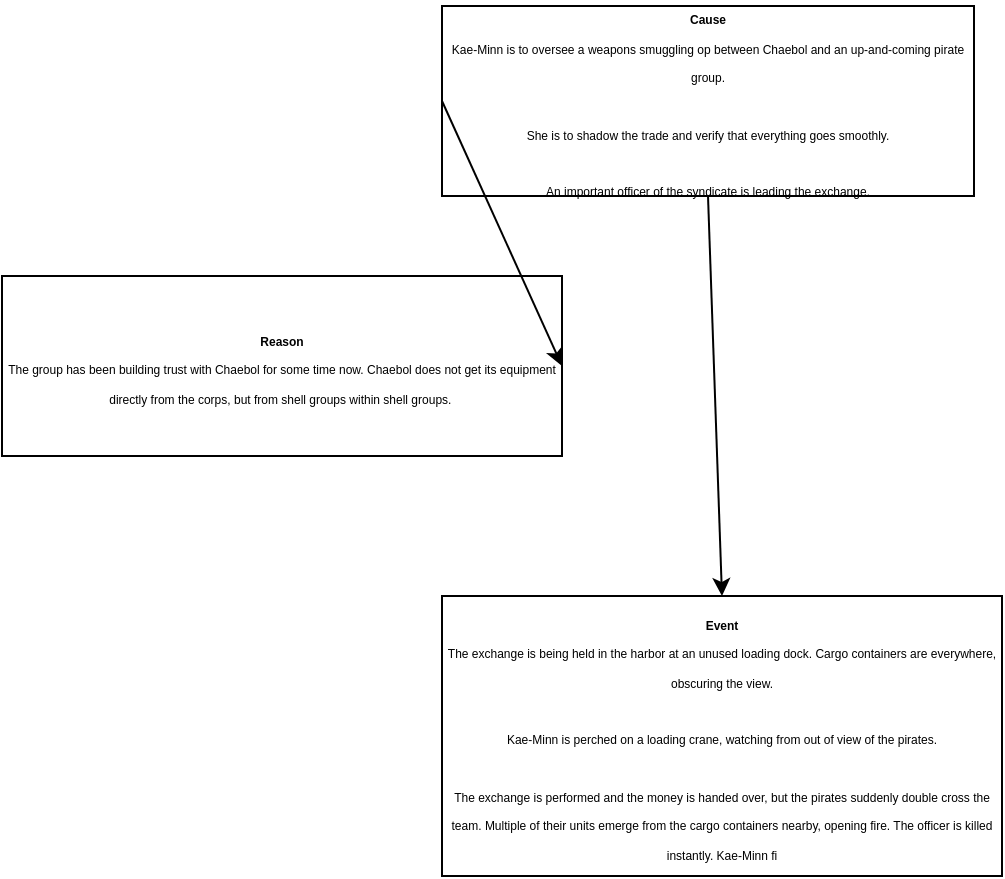
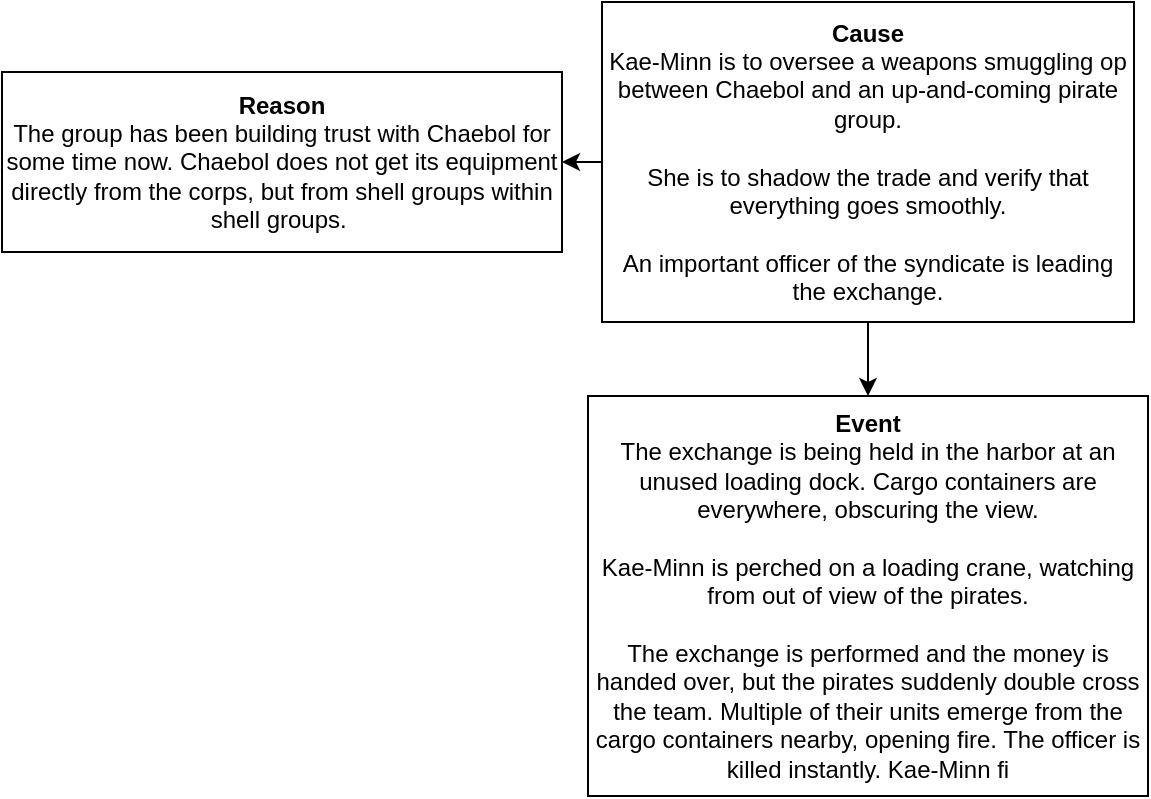
<mxfile host="app.diagrams.net" agent="5.0 (Macintosh; Intel Mac OS X 10_15_7) AppleWebKit/537.36 (KHTML, like Gecko) Chrome/109.0.0.0 Safari/537.36">
  <diagram name="Page-1" id="2YBvvXClWsGukQMizWep">
-     <mxGraphModel dx="687" dy="356" grid="1" gridSize="10" guides="1" tooltips="1" connect="1" arrows="1" fold="1" page="1" pageScale="1" pageWidth="850" pageHeight="1100" math="0" shadow="0">
+     <mxGraphModel dx="1084" dy="562" grid="1" gridSize="10" guides="1" tooltips="1" connect="1" arrows="1" fold="1" page="1" pageScale="1" pageWidth="2000" pageHeight="8000" math="0" shadow="0">
      <root>
        <mxCell id="0" />
        <mxCell id="1" parent="0" />
-         <mxCell id="WD_lBp7OyrhRz48vkECi-2" parent="1" style="text;html=1;whiteSpace=wrap;strokeColor=default;fillColor=default;align=center;verticalAlign=middle;rounded=0;imageAspect=1;autosize=1;fixedWidth=1;resizeHeight=1;labelPosition=center;verticalLabelPosition=middle;" value="&lt;div align=&quot;center&quot;&gt;&lt;font style=&quot;font-size: 6px;&quot;&gt;&lt;b style=&quot;background-color: light-dark(#ffffff, var(--ge-dark-color, #121212));&quot;&gt;Cause&lt;/b&gt;&lt;/font&gt;&lt;/div&gt;&lt;div align=&quot;center&quot;&gt;&lt;font style=&quot;font-size: 6px;&quot;&gt;&lt;span style=&quot;background-color: light-dark(#ffffff, var(--ge-dark-color, #121212));&quot;&gt;Kae-Minn is to oversee a weapons smuggling op between Chaebol and an up-and-coming pirate group.&lt;/span&gt;&lt;br&gt;&lt;br&gt;She is to shadow the trade and verify that everything goes smoothly.&lt;/font&gt;&lt;/div&gt;&lt;div align=&quot;center&quot;&gt;&lt;font style=&quot;font-size: 6px;&quot;&gt;&lt;br&gt;&lt;/font&gt;&lt;/div&gt;&lt;div align=&quot;center&quot;&gt;&lt;font style=&quot;font-size: 6px;&quot;&gt;An important officer of the syndicate is leading the exchange.&lt;/font&gt;&lt;/div&gt;" vertex="1">
-           <mxGeometry height="95" width="266" x="260" y="115" as="geometry" />
+         <mxCell id="WD_lBp7OyrhRz48vkECi-2" parent="1" style="text;html=1;whiteSpace=wrap;strokeColor=default;fillColor=default;align=center;verticalAlign=middle;rounded=0;imageAspect=1;autosize=1;fixedWidth=1;resizeHeight=1;labelPosition=center;verticalLabelPosition=middle;" value="&lt;div align=&quot;center&quot;&gt;&lt;font&gt;&lt;b style=&quot;background-color: light-dark(#ffffff, var(--ge-dark-color, #121212));&quot;&gt;Cause&lt;/b&gt;&lt;/font&gt;&lt;/div&gt;&lt;div align=&quot;center&quot;&gt;&lt;font&gt;&lt;span style=&quot;background-color: light-dark(#ffffff, var(--ge-dark-color, #121212));&quot;&gt;Kae-Minn is to oversee a weapons smuggling op between Chaebol and an up-and-coming pirate group.&lt;/span&gt;&lt;br&gt;&lt;br&gt;She is to shadow the trade and verify that everything goes smoothly.&lt;/font&gt;&lt;/div&gt;&lt;div align=&quot;center&quot;&gt;&lt;font&gt;&lt;br&gt;&lt;/font&gt;&lt;/div&gt;&lt;div align=&quot;center&quot;&gt;&lt;font&gt;An important officer of the syndicate is leading the exchange.&lt;/font&gt;&lt;/div&gt;" vertex="1">
+           <mxGeometry height="160" width="266" x="890" y="90" as="geometry" />
        </mxCell>
-         <mxCell id="WD_lBp7OyrhRz48vkECi-3" parent="1" style="text;html=1;whiteSpace=wrap;strokeColor=default;fillColor=default;align=center;verticalAlign=middle;rounded=0;" value="&lt;div align=&quot;center&quot;&gt;&lt;font style=&quot;font-size: 6px;&quot;&gt;&lt;b&gt;Reason&lt;/b&gt;&lt;/font&gt;&lt;/div&gt;&lt;div align=&quot;center&quot;&gt;&lt;font style=&quot;font-size: 6px;&quot;&gt;The group has been building trust with Chaebol for some time now. Chaebol does not get its equipment directly from the corps, but from shell groups within shell groups.&amp;nbsp;&lt;/font&gt;&lt;/div&gt;" vertex="1">
-           <mxGeometry height="90" width="280" x="40" y="250" as="geometry" />
+         <mxCell id="WD_lBp7OyrhRz48vkECi-3" parent="1" style="text;html=1;whiteSpace=wrap;strokeColor=default;fillColor=default;align=center;verticalAlign=middle;rounded=0;" value="&lt;div align=&quot;center&quot;&gt;&lt;font&gt;&lt;b&gt;Reason&lt;/b&gt;&lt;/font&gt;&lt;/div&gt;&lt;div align=&quot;center&quot;&gt;&lt;font&gt;The group has been building trust with Chaebol for some time now. Chaebol does not get its equipment directly from the corps, but from shell groups within shell groups.&amp;nbsp;&lt;/font&gt;&lt;/div&gt;" vertex="1">
+           <mxGeometry height="90" width="280" x="590" y="125" as="geometry" />
        </mxCell>
-         <mxCell id="WD_lBp7OyrhRz48vkECi-10" parent="1" style="text;html=1;whiteSpace=wrap;strokeColor=default;fillColor=default;align=center;verticalAlign=middle;rounded=0;imageAspect=1;autosize=1;fixedWidth=1;resizeHeight=1;" value="&lt;div&gt;&lt;font style=&quot;font-size: 6px;&quot;&gt;&lt;b&gt;Event&lt;/b&gt;&lt;/font&gt;&lt;/div&gt;&lt;div&gt;&lt;font style=&quot;font-size: 6px;&quot;&gt;The exchange is being held in the harbor at an unused loading dock. Cargo containers are everywhere, obscuring the view.&lt;/font&gt;&lt;/div&gt;&lt;div&gt;&lt;font style=&quot;font-size: 6px;&quot;&gt;&lt;br&gt;&lt;/font&gt;&lt;/div&gt;&lt;div&gt;&lt;font style=&quot;font-size: 6px;&quot;&gt;Kae-Minn is perched on a loading crane, watching from out of view of the pirates.&lt;/font&gt;&lt;/div&gt;&lt;div&gt;&lt;font style=&quot;font-size: 6px;&quot;&gt;&lt;br&gt;&lt;/font&gt;&lt;/div&gt;&lt;div&gt;&lt;font style=&quot;font-size: 6px;&quot;&gt;The exchange is performed and the money is handed over, but the pirates suddenly double cross the team.&amp;nbsp;Multiple of their units emerge from the cargo containers nearby, opening fire. The officer is killed instantly. Kae-Minn fi&lt;/font&gt;&lt;/div&gt;" vertex="1">
-           <mxGeometry height="140" width="280" x="260" y="410" as="geometry" />
+         <mxCell id="WD_lBp7OyrhRz48vkECi-10" parent="1" style="text;html=1;whiteSpace=wrap;strokeColor=default;fillColor=default;align=center;verticalAlign=middle;rounded=0;imageAspect=1;autosize=1;fixedWidth=1;resizeHeight=1;" value="&lt;div&gt;&lt;font&gt;&lt;b&gt;Event&lt;/b&gt;&lt;/font&gt;&lt;/div&gt;&lt;div&gt;&lt;font&gt;The exchange is being held in the harbor at an unused loading dock. Cargo containers are everywhere, obscuring the view.&lt;/font&gt;&lt;/div&gt;&lt;div&gt;&lt;font&gt;&lt;br&gt;&lt;/font&gt;&lt;/div&gt;&lt;div&gt;&lt;font&gt;Kae-Minn is perched on a loading crane, watching from out of view of the pirates.&lt;/font&gt;&lt;/div&gt;&lt;div&gt;&lt;font&gt;&lt;br&gt;&lt;/font&gt;&lt;/div&gt;&lt;div&gt;&lt;font&gt;The exchange is performed and the money is handed over, but the pirates suddenly double cross the team.&amp;nbsp;Multiple of their units emerge from the cargo containers nearby, opening fire. The officer is killed instantly. Kae-Minn fi&lt;/font&gt;&lt;/div&gt;" vertex="1">
+           <mxGeometry height="200" width="280" x="883" y="287" as="geometry" />
        </mxCell>
        <mxCell id="WD_lBp7OyrhRz48vkECi-12" edge="1" parent="1" source="WD_lBp7OyrhRz48vkECi-2" style="endArrow=classic;html=1;rounded=0;exitX=0.5;exitY=1;exitDx=0;exitDy=0;entryX=0.5;entryY=0;entryDx=0;entryDy=0;" target="WD_lBp7OyrhRz48vkECi-10" value="">
          <mxGeometry height="50" relative="1" width="50" as="geometry">
-             <mxPoint x="420" y="410" as="sourcePoint" />
-             <mxPoint x="470" y="360" as="targetPoint" />
+             <mxPoint x="1050" y="417" as="sourcePoint" />
+             <mxPoint x="1100" y="367" as="targetPoint" />
          </mxGeometry>
        </mxCell>
        <mxCell id="2lVWURBgC8E-njB588qe-1" edge="1" parent="1" source="WD_lBp7OyrhRz48vkECi-2" style="endArrow=classic;html=1;rounded=0;exitX=0;exitY=0.5;exitDx=0;exitDy=0;entryX=1;entryY=0.5;entryDx=0;entryDy=0;" target="WD_lBp7OyrhRz48vkECi-3" value="">
          <mxGeometry height="50" relative="1" width="50" as="geometry">
-             <mxPoint x="350" y="250" as="sourcePoint" />
-             <mxPoint x="400" y="200" as="targetPoint" />
+             <mxPoint x="980" y="257" as="sourcePoint" />
+             <mxPoint x="1030" y="207" as="targetPoint" />
          </mxGeometry>
        </mxCell>
      </root>
    </mxGraphModel>
  </diagram>
</mxfile>
